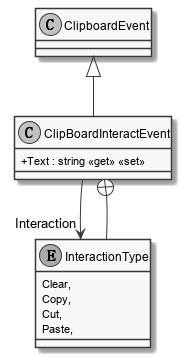
The PlantUML diagram documents/sd/resources/Classes/Modules/Clipboard/Events/ClipBoardInteractEvent.png in insightmind/MORR, before a commit. Source of this version:
```plantuml
@startuml
skinparam monochrome true
skinparam classAttributeIconSize 0

class ClipBoardInteractEvent {
    + Text : string <<get>> <<set>>
}
enum InteractionType {
    Clear,
    Copy,
    Cut,
    Paste,
}
ClipboardEvent <|-- ClipBoardInteractEvent
ClipBoardInteractEvent --> "Interaction" InteractionType
ClipBoardInteractEvent +-- InteractionType
@enduml
```
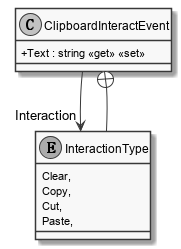
The same diagram one commit later.

Change to the diagram source:
```diff
@@ -2,7 +2,7 @@
 skinparam monochrome true
 skinparam classAttributeIconSize 0
 
-class ClipBoardInteractEvent {
+class ClipboardInteractEvent {
     + Text : string <<get>> <<set>>
 }
 enum InteractionType {
@@ -11,7 +11,6 @@
     Cut,
     Paste,
 }
-ClipboardEvent <|-- ClipBoardInteractEvent
-ClipBoardInteractEvent --> "Interaction" InteractionType
-ClipBoardInteractEvent +-- InteractionType
+ClipboardInteractEvent --> "Interaction" InteractionType
+ClipboardInteractEvent +-- InteractionType
 @enduml
```
